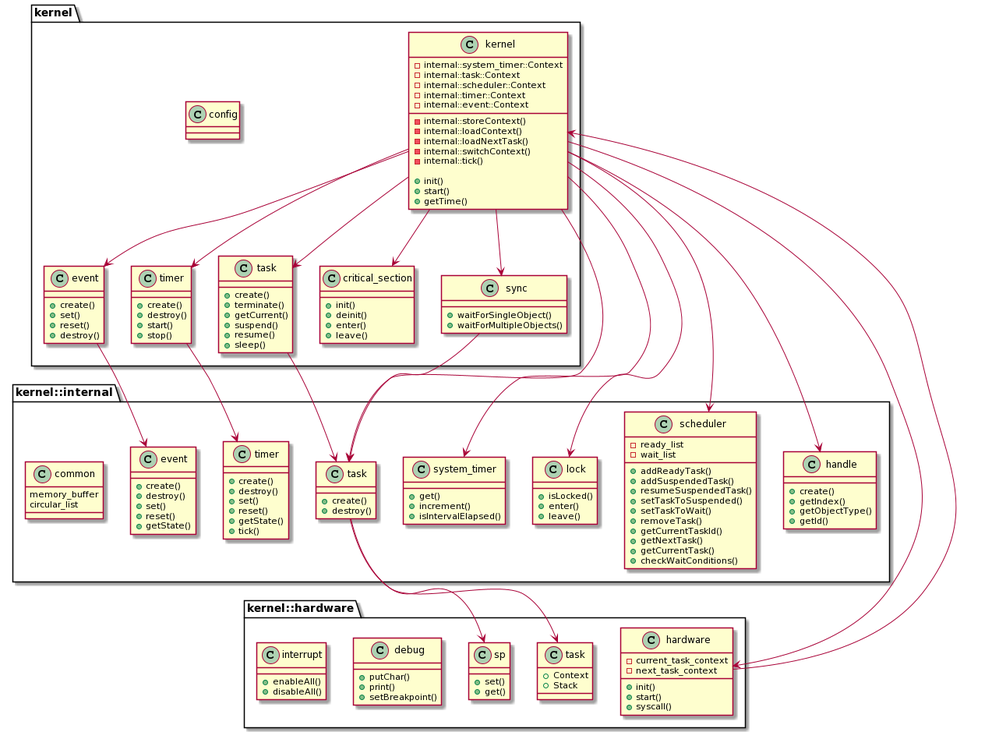
The PlantUML diagram doc/arch.png in t4th/cortex-m3-rtos, before a commit.
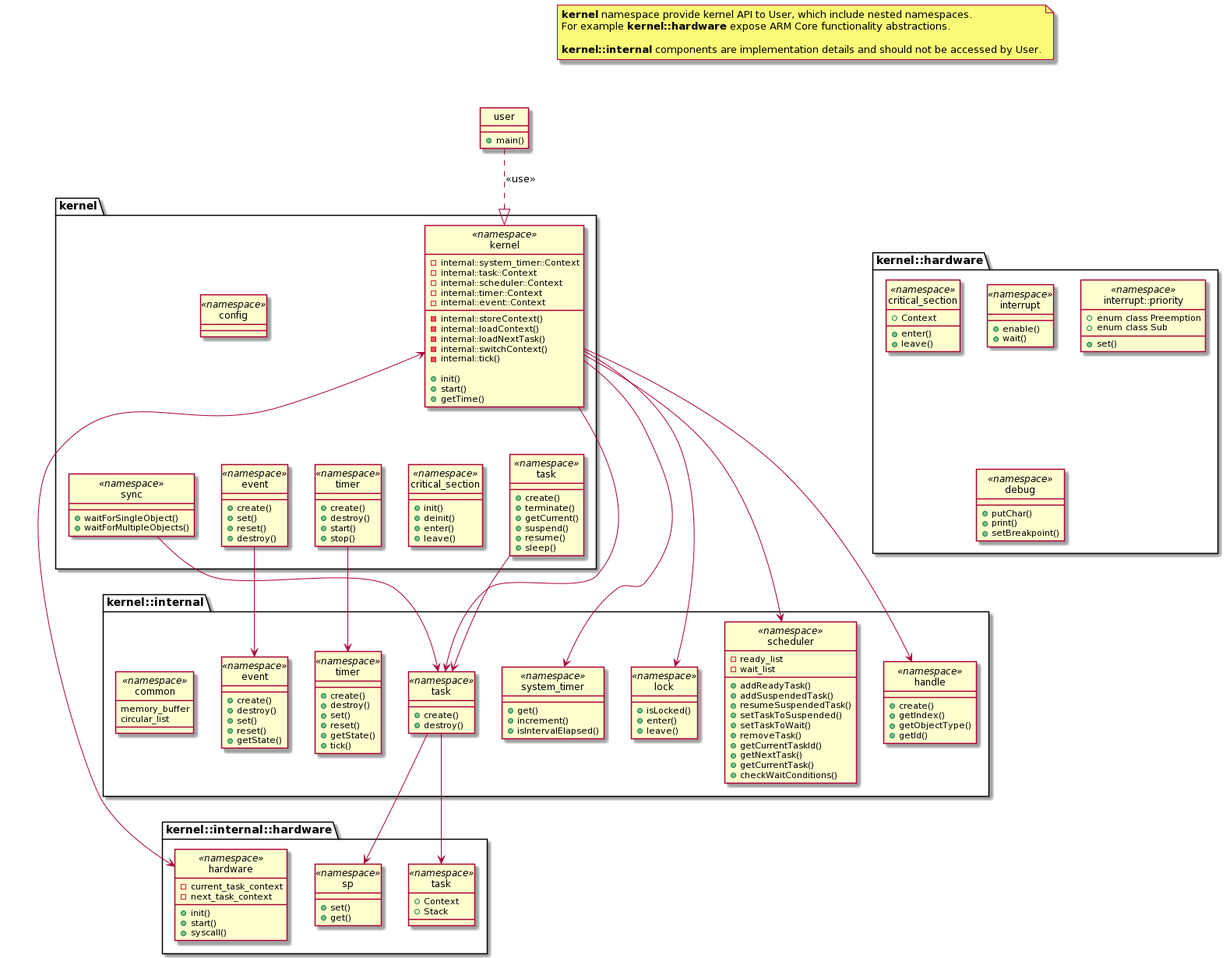
Above is the later version.

Commit message:
Update architecture overview.

The edit, as a diff of the source:
```diff
@@ -1,7 +1,26 @@
 @startuml
 set namespaceSeparator ::
+hide circle
 
-class kernel::kernel{
+hide <<tag>>
+class alignment <<tag>>{
+}
+
+note as MainNote
+    <b>kernel</b> namespace provide kernel API to User, which include nested namespaces.
+    For example <b>kernel::hardware</b> expose ARM Core functionality abstractions.
+
+    <b>kernel::internal</b> components are implementation details and should not be accessed by User.
+end note
+
+class user
+{
++ main()
+}
+
+alignment -[hidden]d-> user
+
+class kernel::kernel << namespace >>{
 -internal::system_timer::Context
 -internal::task::Context
 -internal::scheduler::Context
@@ -19,23 +38,27 @@
 + getTime()
 }
 
+user .d.|> kernel::kernel : <<use>>
 kernel::kernel -d-> kernel::internal::system_timer
 kernel::kernel -d-> kernel::internal::lock
-kernel::kernel -d-> kernel::task
-kernel::kernel -d-> kernel::critical_section
-kernel::kernel -d-> kernel::event
-kernel::kernel -d-> kernel::timer
-kernel::kernel -d-> kernel::sync
-kernel::kernel -> kernel::hardware::hardware
+
+kernel::kernel -[hidden]d-> kernel::task
+kernel::kernel -[hidden]d-> kernel::critical_section
+kernel::kernel -[hidden]d-> kernel::event
+kernel::kernel -[hidden]d-> kernel::timer
+kernel::kernel -[hidden]d-> kernel::sync
+kernel::kernel <-> kernel::internal::hardware::hardware
 
 kernel::kernel -d-> kernel::internal::scheduler
 kernel::kernel -d-> kernel::internal::handle
 
-class kernel::config
+kernel::kernel -[hidden]r-> kernel::hardware::critical_section
+
+class kernel::config << namespace >>
 {
 }
 
-class kernel::task {
+class kernel::task << namespace >>{
  +create()
  +terminate()
  + getCurrent()
@@ -46,14 +69,14 @@
 
 kernel::task -d-> kernel::internal::task
 
-class kernel::critical_section {
+class kernel::critical_section << namespace >>{
 +init()
 +deinit()
 +enter()
 +leave()
 }
 
-class kernel::sync {
+class kernel::sync << namespace >>{
 +waitForSingleObject()
 +waitForMultipleObjects()
 }
@@ -61,7 +84,7 @@
 kernel::sync -d-> kernel::internal::task
 kernel::kernel -> kernel::internal::task
 
-class kernel::event {
+class kernel::event << namespace >>{
 +create()
 +set()
 +reset()
@@ -70,7 +93,7 @@
 
 kernel::event -> kernel::internal::event
 
-class kernel::timer {
+class kernel::timer << namespace >>{
 +create()
 +destroy()
 +start()
@@ -79,21 +102,21 @@
 
 kernel::timer -> kernel::internal::timer
 
-class kernel::internal::common {
+class kernel::internal::common << namespace >>{
  memory_buffer
  circular_list
 }
 
-class kernel::internal::task {
+class kernel::internal::task << namespace >>{
 + create()
 + destroy()
 }
 
-kernel::internal::task -d-> kernel::hardware::task
+kernel::internal::task -d-> kernel::internal::hardware::task
 
-kernel::internal::task -d-> kernel::hardware::sp
+kernel::internal::task -d-> kernel::internal::hardware::sp
 
-class kernel::internal::scheduler {
+class kernel::internal::scheduler << namespace >>{
 - ready_list
 - wait_list
 + addReadyTask()
@@ -108,7 +131,7 @@
 + checkWaitConditions()
 }
 
-class kernel::internal::event {
+class kernel::internal::event << namespace >>{
 + create()
 + destroy()
 + set()
@@ -116,7 +139,7 @@
 + getState()
 }
 
-class kernel::internal::timer {
+class kernel::internal::timer << namespace >>{
 + create()
 + destroy()
 + set()
@@ -125,7 +148,7 @@
 + tick()
 }
 
-class kernel::internal::handle {
+class kernel::internal::handle << namespace >>{
 + create()
 + getIndex()
 + getObjectType()
@@ -133,19 +156,19 @@
 }
 
 
-class kernel::internal::system_timer {
+class kernel::internal::system_timer << namespace >>{
 +get()
 +increment()
 +isIntervalElapsed()
 }
 
-class kernel::internal::lock {
+class kernel::internal::lock << namespace >>{
 +isLocked()
 +enter()
 +leave()
 }
 
-class kernel::hardware::hardware {
+class kernel::internal::hardware::hardware << namespace >>{
 -current_task_context
 -next_task_context
 +init()
@@ -153,25 +176,36 @@
 +syscall()
 }
 
-kernel::hardware::hardware -> kernel::kernel
+class kernel::hardware::critical_section << namespace >>{
++ Context
++ enter()
++ leave()
+}
 
-class kernel::hardware::debug {
+class kernel::hardware::interrupt << namespace >>{
++ enable()
++ wait()
+}
+
+
+class kernel::hardware::interrupt::priority << namespace >>{
++ enum class Preemption
++ enum class Sub
++ set()
+}
+
+class kernel::hardware::debug << namespace >>{
 + putChar()
 + print()
 + setBreakpoint()
 }
 
-class kernel::hardware::interrupt {
-+ enableAll()
-+ disableAll()
-}
-
-class kernel::hardware::sp {
+class kernel::internal::hardware::sp << namespace >>{
 + set()
 + get()
 }
 
-class kernel::hardware::task {
+class kernel::internal::hardware::task << namespace >>{
 + Context
 + Stack
 }
```
